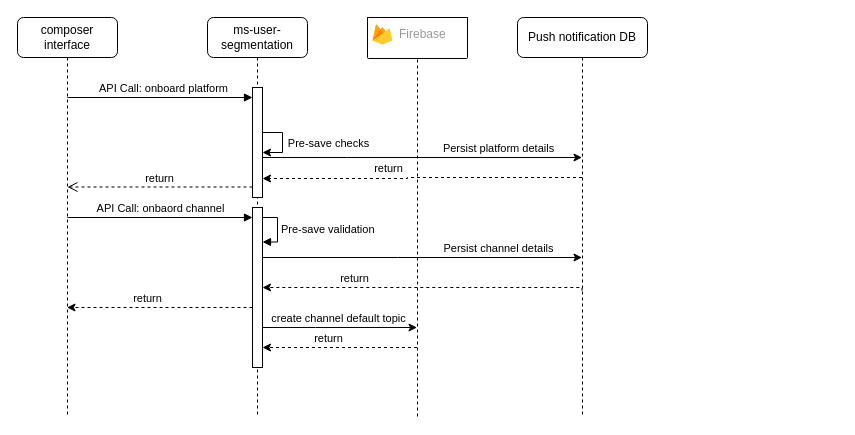
This is page "on-boarding" (4 of 7) of Untitled Diagram.drawio from Mwangimburu/drawings, a draw.io file, before an edit. Source tidied: cells renumbered, new cells numbered last; positions are measured from the earlier drawing's top-left corner, leaving out a move shared by most shapes. Both pictures are drawn from the tidied source at 100%, with x=0, y=0 at pixel (17, 17).
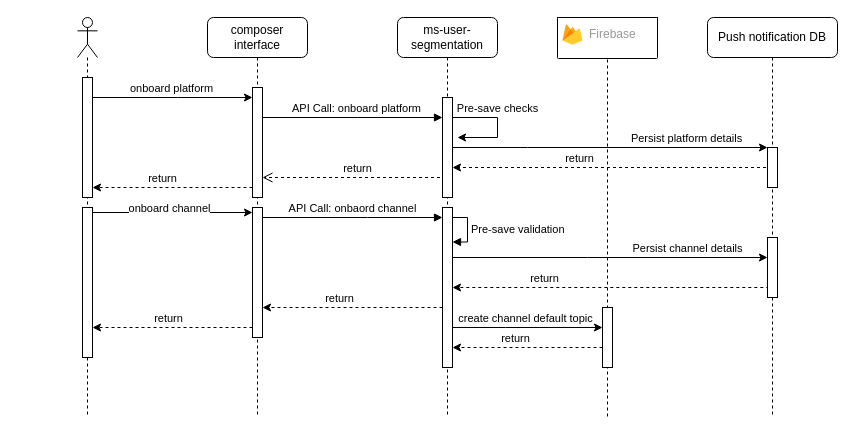
After the change.

Unchanged cells that the change refers to:
```xml
<mxCell id="5" style="html=1;points=[];perimeter=orthogonalPerimeter;outlineConnect=0;targetShapes=umlLifeline;portConstraint=eastwest;newEdgeStyle={&quot;edgeStyle&quot;:&quot;elbowEdgeStyle&quot;,&quot;elbow&quot;:&quot;vertical&quot;,&quot;curved&quot;:0,&quot;rounded&quot;:0};" parent="3" vertex="1">
  <mxGeometry x="45" y="190" width="10" height="160" as="geometry" />
</mxCell>
<mxCell id="10" style="shape=umlLifeline;perimeter=lifelinePerimeter;whiteSpace=wrap;html=1;outlineConnect=0;portConstraint=eastwest;newEdgeStyle={&quot;edgeStyle&quot;:&quot;elbowEdgeStyle&quot;,&quot;elbow&quot;:&quot;vertical&quot;,&quot;curved&quot;:0,&quot;rounded&quot;:0};size=30;" parent="9" vertex="1">
  <mxGeometry width="100" height="400" as="geometry" />
</mxCell>
```

Diff of the diagram source:
```diff
@@
+    <mxCell id="33" style="group;" parent="1" vertex="1">
+      <mxGeometry x="190" width="630" height="400" as="geometry" />
+    </mxCell>
-    <mxCell id="2" value="composer interface" style="shape=umlLifeline;perimeter=lifelinePerimeter;whiteSpace=wrap;html=1;newEdgeStyle={&quot;edgeStyle&quot;:&quot;elbowEdgeStyle&quot;,&quot;elbow&quot;:&quot;vertical&quot;,&quot;curved&quot;:0,&quot;rounded&quot;:0};rounded=1;" parent="1" vertex="1">
+    <mxCell id="2" value="composer interface" style="shape=umlLifeline;perimeter=lifelinePerimeter;whiteSpace=wrap;html=1;newEdgeStyle={&quot;edgeStyle&quot;:&quot;elbowEdgeStyle&quot;,&quot;elbow&quot;:&quot;vertical&quot;,&quot;curved&quot;:0,&quot;rounded&quot;:0};rounded=1;" parent="33" vertex="1">
       <mxGeometry width="100" height="400" as="geometry" />
     </mxCell>
+    <mxCell id="34" style="html=1;points=[[0,0,0,0,5],[0,1,0,0,-5],[1,0,0,0,5],[1,1,0,0,-5]];perimeter=orthogonalPerimeter;outlineConnect=0;targetShapes=umlLifeline;portConstraint=eastwest;newEdgeStyle={&quot;curved&quot;:0,&quot;rounded&quot;:0};" parent="2" vertex="1">
+      <mxGeometry x="45" y="70" width="10" height="110" as="geometry" />
+    </mxCell>
+    <mxCell id="35" style="html=1;points=[[0,0,0,0,5],[0,1,0,0,-5],[1,0,0,0,5],[1,1,0,0,-5]];perimeter=orthogonalPerimeter;outlineConnect=0;targetShapes=umlLifeline;portConstraint=eastwest;newEdgeStyle={&quot;curved&quot;:0,&quot;rounded&quot;:0};" parent="2" vertex="1">
+      <mxGeometry x="45" y="190" width="10" height="130" as="geometry" />
+    </mxCell>
-    <mxCell id="3" value="ms-user-segmentation" style="shape=umlLifeline;perimeter=lifelinePerimeter;whiteSpace=wrap;html=1;newEdgeStyle={&quot;edgeStyle&quot;:&quot;elbowEdgeStyle&quot;,&quot;elbow&quot;:&quot;vertical&quot;,&quot;curved&quot;:0,&quot;rounded&quot;:0};rounded=1;" parent="1" vertex="1">
+    <mxCell id="3" value="ms-user-segmentation" style="shape=umlLifeline;perimeter=lifelinePerimeter;whiteSpace=wrap;html=1;newEdgeStyle={&quot;edgeStyle&quot;:&quot;elbowEdgeStyle&quot;,&quot;elbow&quot;:&quot;vertical&quot;,&quot;curved&quot;:0,&quot;rounded&quot;:0};rounded=1;" parent="33" vertex="1">
       <mxGeometry x="190" width="100" height="400" as="geometry" />
     </mxCell>
     <mxCell id="4" style="html=1;points=[];perimeter=orthogonalPerimeter;outlineConnect=0;targetShapes=umlLifeline;portConstraint=eastwest;newEdgeStyle={&quot;edgeStyle&quot;:&quot;elbowEdgeStyle&quot;,&quot;elbow&quot;:&quot;vertical&quot;,&quot;curved&quot;:0,&quot;rounded&quot;:0};" parent="3" vertex="1">
-      <mxGeometry x="45" y="70" width="10" height="110" as="geometry" />
+      <mxGeometry x="45" y="80" width="10" height="100" as="geometry" />
     </mxCell>
@@
-    <mxCell id="7" style="edgeStyle=elbowEdgeStyle;rounded=0;orthogonalLoop=1;jettySize=auto;html=1;elbow=vertical;curved=0;" parent="3" edge="1" source="4" target="4">
-      <mxGeometry relative="1" as="geometry" />
-    </mxCell>
+    <mxCell id="36" style="edgeStyle=elbowEdgeStyle;rounded=0;jettySize=auto;html=1;elbow=horizontal;curved=0;" parent="3" edge="1" source="4">
+      <mxGeometry relative="1" as="geometry">
+        <mxPoint x="60" y="120" as="targetPoint" />
+        <Array as="points">
+          <mxPoint x="100" y="100" />
+        </Array>
+      </mxGeometry>
+    </mxCell>
-    <mxCell id="8" value="Pre-save checks" style="edgeLabel;html=1;align=center;verticalAlign=middle;" parent="7" vertex="1">
-      <mxGeometry x="0.32" relative="1" as="geometry">
-        <mxPoint x="45" y="-10" as="offset" />
+    <mxCell id="8" value="Pre-save checks" style="edgeLabel;html=1;align=center;verticalAlign=middle;" parent="36" vertex="1">
+      <mxGeometry x="-0.61" y="3" relative="1" as="geometry">
+        <mxPoint x="24" y="-7" as="offset" />
       </mxGeometry>
     </mxCell>
-    <mxCell id="9" style="group;rounded=1;" parent="1" vertex="1">
+    <mxCell id="9" style="group;rounded=1;" parent="33" vertex="1">
       <mxGeometry x="350" width="100" height="400" as="geometry" />
     </mxCell>
@@
+    <mxCell id="37" style="html=1;points=[[0,0,0,0,5],[0,1,0,0,-5],[1,0,0,0,5],[1,1,0,0,-5]];perimeter=orthogonalPerimeter;outlineConnect=0;targetShapes=umlLifeline;portConstraint=eastwest;newEdgeStyle={&quot;curved&quot;:0,&quot;rounded&quot;:0};" parent="9" vertex="1">
+      <mxGeometry x="45" y="290" width="10" height="60" as="geometry" />
+    </mxCell>
-    <mxCell id="16" style="html=1;verticalAlign=bottom;labelBackgroundColor=none;endArrow=block;endFill=1;rounded=0;" parent="1" edge="1" target="4">
+    <mxCell id="16" style="html=1;verticalAlign=bottom;labelBackgroundColor=none;endArrow=block;endFill=1;rounded=0;" parent="33" edge="1" source="34" target="4">
       <mxGeometry relative="1" as="geometry">
-        <mxPoint x="50" y="80" as="sourcePoint" />
+        <Array as="points">
+          <mxPoint x="150" y="100" />
+        </Array>
       </mxGeometry>
     </mxCell>
@@
-    <mxCell id="18" value="return" style="html=1;verticalAlign=bottom;endArrow=open;dashed=1;endSize=8;edgeStyle=elbowEdgeStyle;elbow=vertical;curved=0;rounded=0;" parent="1" edge="1">
+    <mxCell id="18" value="return" style="html=1;verticalAlign=bottom;endArrow=open;dashed=1;endSize=8;edgeStyle=elbowEdgeStyle;elbow=vertical;curved=0;rounded=0;" parent="33" edge="1" target="34">
       <mxGeometry relative="1" as="geometry">
         <mxPoint x="235" y="169.5" as="sourcePoint" />
-        <mxPoint x="50" y="169.5" as="targetPoint" />
         <Array as="points">
-          <mxPoint x="120" y="169.5" />
+          <mxPoint x="120" y="160" />
         </Array>
       </mxGeometry>
     </mxCell>
-    <mxCell id="19" value="API Call: onbaord channel" style="html=1;verticalAlign=bottom;endArrow=block;edgeStyle=elbowEdgeStyle;elbow=vertical;curved=0;rounded=0;" parent="1" edge="1" target="5">
+    <mxCell id="19" value="API Call: onbaord channel" style="html=1;verticalAlign=bottom;endArrow=block;edgeStyle=elbowEdgeStyle;elbow=vertical;curved=0;rounded=0;" parent="33" edge="1" source="35" target="5">
       <mxGeometry relative="1" as="geometry">
-        <mxPoint x="50" y="200" as="sourcePoint" />
+        <Array as="points">
+          <mxPoint x="160" y="200" />
+        </Array>
       </mxGeometry>
     </mxCell>
-    <mxCell id="20" style="edgeStyle=orthogonalEdgeStyle;rounded=0;jettySize=auto;html=1;curved=0;dashed=1;" parent="1" edge="1" source="22" target="4">
+    <mxCell id="20" style="edgeStyle=orthogonalEdgeStyle;rounded=0;jettySize=auto;html=1;curved=0;dashed=1;" parent="33" edge="1" source="22" target="4">
       <mxGeometry relative="1" as="geometry">
         <Array as="points">
-          <mxPoint x="390" y="160" />
-          <mxPoint x="390" y="161" />
+          <mxPoint x="480" y="150" />
+          <mxPoint x="480" y="150" />
         </Array>
       </mxGeometry>
     </mxCell>
@@
-    <mxCell id="22" value="Push notification DB" style="shape=umlLifeline;perimeter=lifelinePerimeter;whiteSpace=wrap;html=1;outlineConnect=0;portConstraint=eastwest;newEdgeStyle={&quot;curved&quot;:0,&quot;rounded&quot;:0};rounded=1;" parent="1" vertex="1">
+    <mxCell id="22" value="Push notification DB" style="shape=umlLifeline;perimeter=lifelinePerimeter;whiteSpace=wrap;html=1;outlineConnect=0;portConstraint=eastwest;newEdgeStyle={&quot;curved&quot;:0,&quot;rounded&quot;:0};rounded=1;" parent="33" vertex="1">
       <mxGeometry x="500" width="130" height="400" as="geometry" />
     </mxCell>
+    <mxCell id="38" style="html=1;points=[[0,0,0,0,5],[0,1,0,0,-5],[1,0,0,0,5],[1,1,0,0,-5]];perimeter=orthogonalPerimeter;outlineConnect=0;targetShapes=umlLifeline;portConstraint=eastwest;newEdgeStyle={&quot;curved&quot;:0,&quot;rounded&quot;:0};" parent="22" vertex="1">
+      <mxGeometry x="60" y="220" width="10" height="60" as="geometry" />
+    </mxCell>
+    <mxCell id="39" style="html=1;points=[[0,0,0,0,5],[0,1,0,0,-5],[1,0,0,0,5],[1,1,0,0,-5]];perimeter=orthogonalPerimeter;outlineConnect=0;targetShapes=umlLifeline;portConstraint=eastwest;newEdgeStyle={&quot;curved&quot;:0,&quot;rounded&quot;:0};" parent="22" vertex="1">
+      <mxGeometry x="60" y="130" width="10" height="40" as="geometry" />
+    </mxCell>
-    <mxCell id="23" style="edgeStyle=elbowEdgeStyle;rounded=0;jettySize=auto;html=1;elbow=vertical;curved=0;" parent="1" edge="1" source="4" target="22">
+    <mxCell id="23" style="edgeStyle=elbowEdgeStyle;rounded=0;jettySize=auto;html=1;elbow=vertical;curved=0;" parent="33" edge="1" source="4" target="39">
       <mxGeometry relative="1" as="geometry">
         <Array as="points">
-          <mxPoint x="330" y="140" />
+          <mxPoint x="320" y="130" />
         </Array>
       </mxGeometry>
     </mxCell>
@@
-    <mxCell id="25" style="edgeStyle=elbowEdgeStyle;rounded=0;jettySize=auto;html=1;elbow=vertical;curved=0;" parent="1" edge="1" source="5" target="22">
+    <mxCell id="25" style="edgeStyle=elbowEdgeStyle;rounded=0;jettySize=auto;html=1;elbow=vertical;curved=0;" parent="33" edge="1" source="5" target="38">
       <mxGeometry relative="1" as="geometry">
         <Array as="points">
           <mxPoint x="380" y="240" />
         </Array>
       </mxGeometry>
     </mxCell>
@@
-    <mxCell id="27" style="edgeStyle=elbowEdgeStyle;rounded=0;orthogonalLoop=1;jettySize=auto;html=1;elbow=vertical;curved=0;dashed=1;" parent="1" edge="1">
+    <mxCell id="27" style="edgeStyle=elbowEdgeStyle;rounded=0;jettySize=auto;html=1;elbow=vertical;curved=0;dashed=1;" parent="33" edge="1" target="35">
       <mxGeometry relative="1" as="geometry">
         <mxPoint x="235" y="290" as="sourcePoint" />
-        <mxPoint x="49.5" y="290" as="targetPoint" />
       </mxGeometry>
     </mxCell>
@@
-    <mxCell id="29" style="edgeStyle=elbowEdgeStyle;rounded=0;jettySize=auto;html=1;elbow=vertical;curved=0;" parent="1" edge="1" source="5" target="10">
+    <mxCell id="29" style="edgeStyle=elbowEdgeStyle;rounded=0;jettySize=auto;html=1;elbow=vertical;curved=0;" parent="33" edge="1" source="5" target="37">
       <mxGeometry relative="1" as="geometry">
         <Array as="points">
           <mxPoint x="298" y="310" />
         </Array>
       </mxGeometry>
     </mxCell>
@@
-    <mxCell id="31" style="edgeStyle=elbowEdgeStyle;rounded=0;jettySize=auto;html=1;elbow=vertical;curved=0;dashed=1;" parent="1" edge="1" source="10" target="5">
+    <mxCell id="31" style="edgeStyle=elbowEdgeStyle;rounded=0;jettySize=auto;html=1;elbow=vertical;curved=0;dashed=1;" parent="33" edge="1" source="37" target="5">
       <mxGeometry relative="1" as="geometry">
         <Array as="points">
           <mxPoint x="330" y="330" />
         </Array>
       </mxGeometry>
     </mxCell>
@@
+    <mxCell id="40" style="shape=umlLifeline;perimeter=lifelinePerimeter;whiteSpace=wrap;html=1;newEdgeStyle={&quot;curved&quot;:0,&quot;rounded&quot;:0};participant=umlActor;" parent="1" vertex="1">
+      <mxGeometry x="60" width="20" height="400" as="geometry" />
+    </mxCell>
+    <mxCell id="41" style="html=1;points=[[0,0,0,0,5],[0,1,0,0,-5],[1,0,0,0,5],[1,1,0,0,-5]];perimeter=orthogonalPerimeter;outlineConnect=0;targetShapes=umlLifeline;portConstraint=eastwest;newEdgeStyle={&quot;curved&quot;:0,&quot;rounded&quot;:0};" parent="40" vertex="1">
+      <mxGeometry x="5" y="60" width="10" height="120" as="geometry" />
+    </mxCell>
+    <mxCell id="42" style="html=1;points=[[0,0,0,0,5],[0,1,0,0,-5],[1,0,0,0,5],[1,1,0,0,-5]];perimeter=orthogonalPerimeter;outlineConnect=0;targetShapes=umlLifeline;portConstraint=eastwest;newEdgeStyle={&quot;curved&quot;:0,&quot;rounded&quot;:0};" parent="40" vertex="1">
+      <mxGeometry x="5" y="190" width="10" height="150" as="geometry" />
+    </mxCell>
+    <mxCell id="43" style="edgeStyle=orthogonalEdgeStyle;rounded=0;jettySize=auto;html=1;curved=0;" parent="1" edge="1" source="41" target="34">
+      <mxGeometry relative="1" as="geometry">
+        <Array as="points">
+          <mxPoint x="160" y="80" />
+          <mxPoint x="160" y="80" />
+        </Array>
+      </mxGeometry>
+    </mxCell>
+    <mxCell id="44" value="onboard platform" style="edgeLabel;html=1;align=center;verticalAlign=middle;" parent="43" vertex="1">
+      <mxGeometry x="-0.03" y="2" relative="1" as="geometry">
+        <mxPoint y="-8" as="offset" />
+      </mxGeometry>
+    </mxCell>
+    <mxCell id="45" style="edgeStyle=orthogonalEdgeStyle;rounded=0;orthogonalLoop=1;jettySize=auto;html=1;curved=0;dashed=1;" parent="1" edge="1">
+      <mxGeometry relative="1" as="geometry">
+        <mxPoint x="235" y="170" as="sourcePoint" />
+        <mxPoint x="75" y="170" as="targetPoint" />
+        <Array as="points">
+          <mxPoint x="235" y="170" />
+          <mxPoint x="75" y="170" />
+        </Array>
+      </mxGeometry>
+    </mxCell>
+    <mxCell id="46" value="return" style="edgeLabel;html=1;align=center;verticalAlign=middle;" parent="45" vertex="1">
+      <mxGeometry x="0.14" y="-4" relative="1" as="geometry">
+        <mxPoint y="-6" as="offset" />
+      </mxGeometry>
+    </mxCell>
+    <mxCell id="47" style="edgeStyle=orthogonalEdgeStyle;rounded=0;jettySize=auto;html=1;curved=0;entryX=0;entryY=0;entryDx=0;entryDy=5;entryPerimeter=0;" parent="1" edge="1" source="42" target="35">
+      <mxGeometry relative="1" as="geometry">
+        <Array as="points">
+          <mxPoint x="120" y="195" />
+          <mxPoint x="120" y="195" />
+        </Array>
+      </mxGeometry>
+    </mxCell>
+    <mxCell id="48" value="onboard channel" style="edgeLabel;html=1;align=center;verticalAlign=middle;" parent="47" vertex="1">
+      <mxGeometry x="-0.05" y="4" relative="1" as="geometry">
+        <mxPoint y="-1" as="offset" />
+      </mxGeometry>
+    </mxCell>
+    <mxCell id="49" style="edgeStyle=orthogonalEdgeStyle;rounded=0;jettySize=auto;html=1;curved=0;dashed=1;" parent="1" edge="1" source="35" target="42">
+      <mxGeometry relative="1" as="geometry">
+        <Array as="points">
+          <mxPoint x="160" y="310" />
+          <mxPoint x="160" y="310" />
+        </Array>
+      </mxGeometry>
+    </mxCell>
+    <mxCell id="50" value="return" style="edgeLabel;html=1;align=center;verticalAlign=middle;" parent="49" vertex="1">
+      <mxGeometry x="0.31" y="1" relative="1" as="geometry">
+        <mxPoint x="20" y="-11" as="offset" />
+      </mxGeometry>
+    </mxCell>
```
